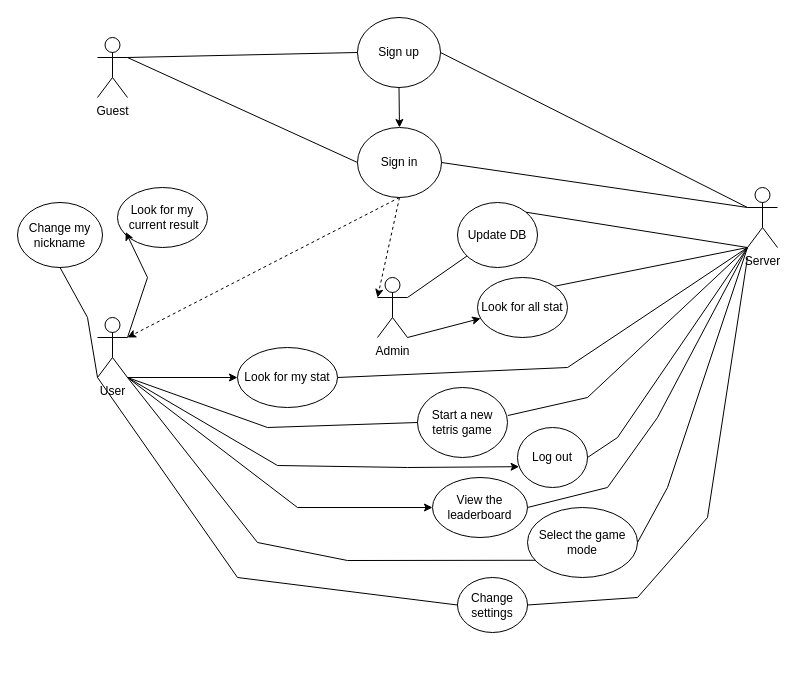
Esper77/Math-test keeps this draw.io diagram as page "Usecase" (1 of 2) of diagram.drawio. Above is the earlier version. Source tidied: cells renumbered, new cells numbered last; positions are measured from the earlier drawing's top-left corner, leaving out a move shared by most shapes. Both pictures are drawn from the tidied source at 100%, with x=0, y=0 at pixel (17, 17).
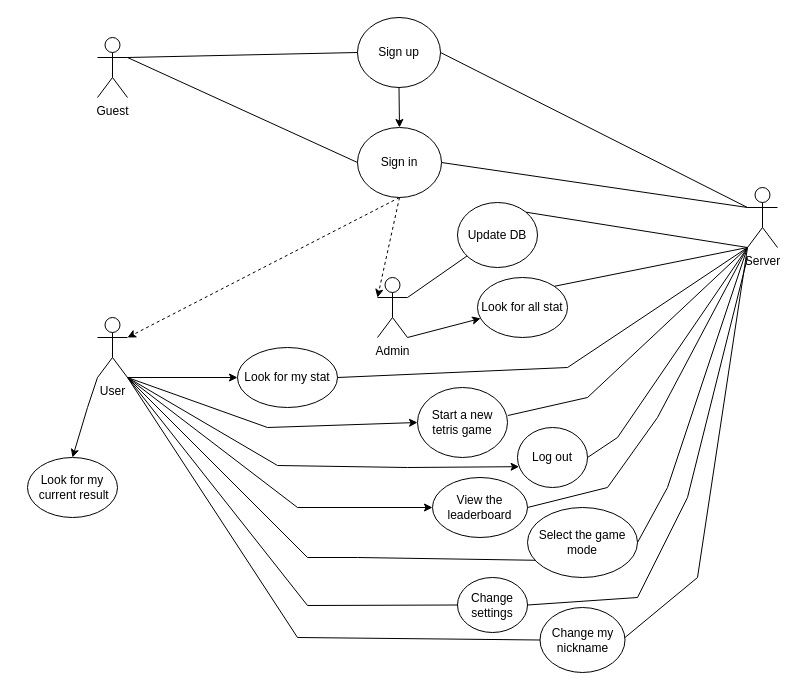
The same diagram, later.

Unchanged cells that the change refers to:
```xml
<mxCell id="4" value="User" style="shape=umlActor;verticalLabelPosition=bottom;verticalAlign=top;html=1;outlineConnect=0;" parent="1" vertex="1">
  <mxGeometry x="80" y="300" width="30" height="60" as="geometry" />
</mxCell>
<mxCell id="24" value="Select the game mode" style="ellipse;whiteSpace=wrap;html=1;" parent="1" vertex="1">
  <mxGeometry x="510" y="490" width="110" height="70" as="geometry" />
</mxCell>
<mxCell id="25" value="Start a new tetris game" style="ellipse;whiteSpace=wrap;html=1;" parent="1" vertex="1">
  <mxGeometry x="400" y="370" width="90" height="70" as="geometry" />
</mxCell>
<mxCell id="28" value="Change settings" style="ellipse;whiteSpace=wrap;html=1;" parent="1" vertex="1">
  <mxGeometry x="440" y="560" width="70" height="55" as="geometry" />
</mxCell>
```

Change to the diagram source:
```diff
@@
-    <mxCell id="26" style="endArrow=none;html=1;rounded=0;exitX=1;exitY=1;exitDx=0;exitDy=0;exitPerimeter=0;entryX=0;entryY=0.5;entryDx=0;entryDy=0;endFill=1;startFill=0;" parent="1" edge="1" source="4" target="25">
+    <mxCell id="26" style="endArrow=classic;html=1;rounded=0;exitX=1;exitY=1;exitDx=0;exitDy=0;exitPerimeter=0;entryX=0;entryY=0.5;entryDx=0;entryDy=0;endFill=1;startFill=0;" parent="1" edge="1" source="4" target="25">
       <mxGeometry relative="1" as="geometry">
         <Array as="points">
           <mxPoint x="250" y="410" />
         </Array>
       </mxGeometry>
     </mxCell>
     <mxCell id="27" style="endArrow=none;html=1;rounded=0;exitX=1;exitY=1;exitDx=0;exitDy=0;exitPerimeter=0;entryX=0.069;entryY=0.754;entryDx=0;entryDy=0;endFill=1;startFill=0;entryPerimeter=0;" parent="1" edge="1" source="4" target="24">
       <mxGeometry relative="1" as="geometry">
         <Array as="points">
-          <mxPoint x="240" y="525" />
-          <mxPoint x="330" y="543" />
+          <mxPoint x="290" y="540" />
+          <mxPoint x="340" y="540" />
         </Array>
       </mxGeometry>
     </mxCell>
@@
-    <mxCell id="29" style="endArrow=none;html=1;rounded=0;entryX=0;entryY=0.5;entryDx=0;entryDy=0;endFill=1;exitX=0;exitY=1;exitDx=0;exitDy=0;exitPerimeter=0;startFill=0;" parent="1" edge="1" source="4" target="28">
+    <mxCell id="29" style="endArrow=none;html=1;rounded=0;entryX=0;entryY=0.5;entryDx=0;entryDy=0;endFill=1;startFill=0;" parent="1" edge="1" target="28">
       <mxGeometry relative="1" as="geometry">
+        <mxPoint x="110" y="360" as="sourcePoint" />
         <Array as="points">
-          <mxPoint x="220" y="560" />
+          <mxPoint x="290" y="588" />
         </Array>
       </mxGeometry>
     </mxCell>
@@
     <mxCell id="36" value="Look for my&lt;div&gt;&lt;span style=&quot;background-color: transparent; color: light-dark(rgb(0, 0, 0), rgb(255, 255, 255));&quot;&gt;&amp;nbsp;current result&lt;/span&gt;&lt;/div&gt;" style="ellipse;whiteSpace=wrap;html=1;" parent="1" vertex="1">
-      <mxGeometry x="100" y="170" width="90" height="60" as="geometry" />
+      <mxGeometry x="10" y="440" width="90" height="60" as="geometry" />
     </mxCell>
     <mxCell id="37" value="Change my nickname" style="ellipse;whiteSpace=wrap;html=1;" parent="1" vertex="1">
-      <mxGeometry y="185" width="85" height="65" as="geometry" />
+      <mxGeometry x="522.5" y="590" width="85" height="65" as="geometry" />
     </mxCell>
@@
-    <mxCell id="41" style="endArrow=classic;html=1;rounded=0;entryX=0.091;entryY=0.741;entryDx=0;entryDy=0;exitX=1;exitY=0.3333333333333333;exitDx=0;exitDy=0;exitPerimeter=0;entryPerimeter=0;" parent="1" edge="1" source="4" target="36">
+    <mxCell id="41" style="endArrow=classic;html=1;rounded=0;entryX=0.5;entryY=0;entryDx=0;entryDy=0;exitX=0;exitY=1;exitDx=0;exitDy=0;exitPerimeter=0;" parent="1" edge="1" source="4" target="36">
       <mxGeometry relative="1" as="geometry">
         <Array as="points">
-          <mxPoint x="130" y="260" />
+          <mxPoint x="70" y="390" />
         </Array>
       </mxGeometry>
     </mxCell>
-    <mxCell id="42" style="endArrow=none;html=1;rounded=0;exitX=0;exitY=1;exitDx=0;exitDy=0;exitPerimeter=0;entryX=0.5;entryY=1;entryDx=0;entryDy=0;startFill=0;" parent="1" edge="1" source="4" target="37">
+    <mxCell id="42" style="endArrow=none;html=1;rounded=0;exitX=1;exitY=1;exitDx=0;exitDy=0;exitPerimeter=0;entryX=0;entryY=0.5;entryDx=0;entryDy=0;startFill=0;" parent="1" edge="1" source="4" target="37">
       <mxGeometry relative="1" as="geometry">
         <Array as="points">
-          <mxPoint x="70" y="300" />
+          <mxPoint x="280" y="620" />
         </Array>
       </mxGeometry>
     </mxCell>
@@
     <mxCell id="44" style="endArrow=none;html=1;rounded=0;exitX=1;exitY=0.5;exitDx=0;exitDy=0;" parent="1" edge="1" source="28">
       <mxGeometry relative="1" as="geometry">
         <mxPoint x="730" y="240" as="targetPoint" />
         <Array as="points">
           <mxPoint x="620" y="580" />
-          <mxPoint x="690" y="500" />
+          <mxPoint x="670" y="480" />
         </Array>
       </mxGeometry>
     </mxCell>
+    <mxCell id="45" style="endArrow=none;html=1;rounded=0;" parent="1" edge="1">
+      <mxGeometry relative="1" as="geometry">
+        <mxPoint x="607.5" y="620" as="sourcePoint" />
+        <mxPoint x="730" y="230" as="targetPoint" />
+        <Array as="points">
+          <mxPoint x="680" y="560" />
+        </Array>
+      </mxGeometry>
+    </mxCell>
```
